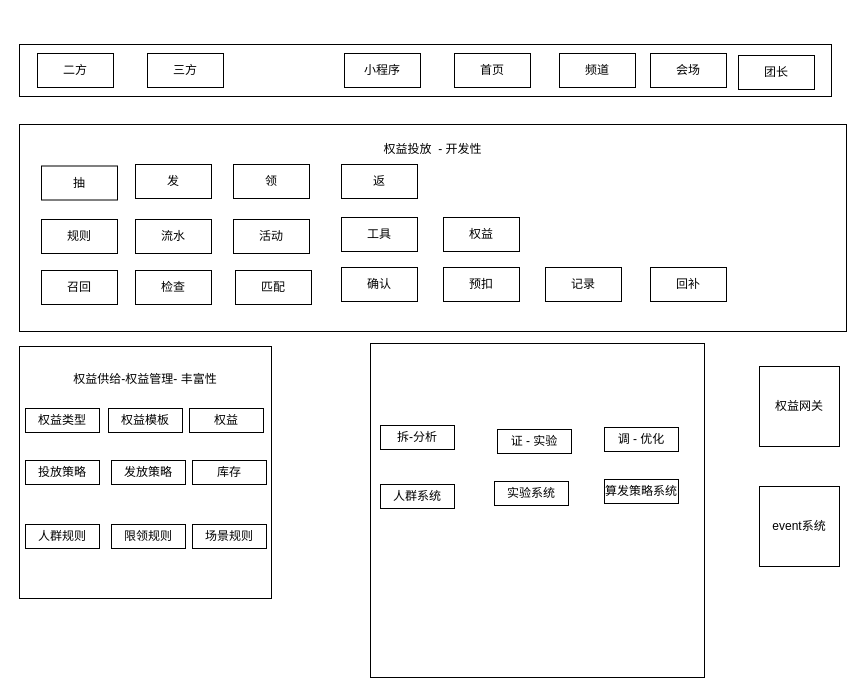
Above: study.drawio in xzl1428288773/xiaoshuai (draw.io), before the change. Source tidied: cells renumbered, new cells numbered last; positions are measured from the earlier drawing's top-left corner, leaving out a move shared by most shapes. Both pictures are drawn from the tidied source at 100%, with x=0, y=0 at pixel (19, 44).
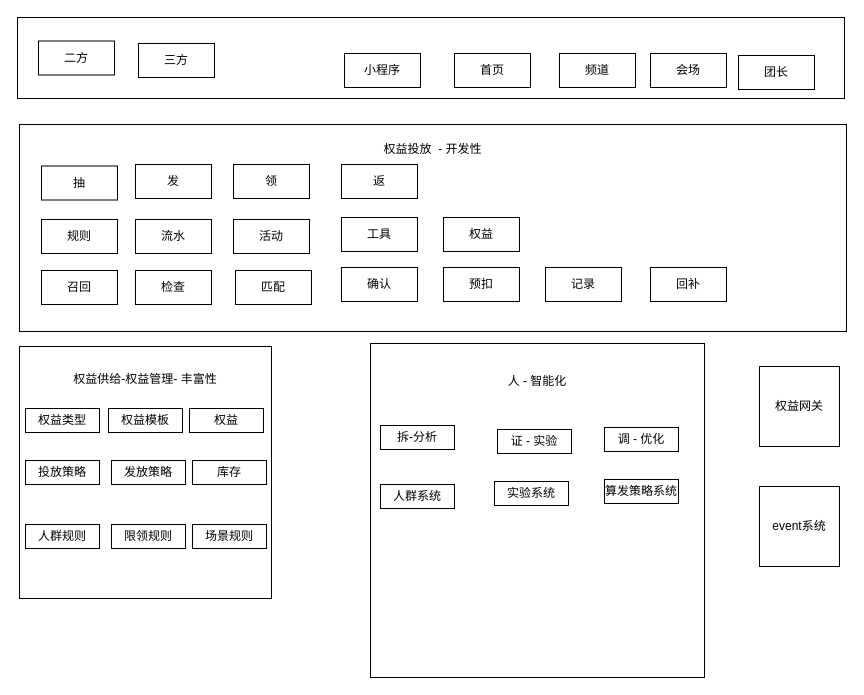
The same page after the edit.

The edit, as a diff of the source:
```diff
@@
     <mxCell id="4" style="rounded=0;whiteSpace=wrap;html=1;" parent="1" vertex="1">
-      <mxGeometry width="812" height="52" as="geometry" />
+      <mxGeometry x="-2" y="-27" width="827" height="81" as="geometry" />
     </mxCell>
@@
-    <mxCell id="14" style="whiteSpace=wrap;html=1;" parent="1" vertex="1">
+    <mxCell id="14" value="人 - 智能化&lt;br&gt;&lt;br&gt;&lt;br&gt;&lt;br&gt;&lt;br&gt;&lt;br&gt;&lt;br&gt;&lt;br&gt;&lt;br&gt;&lt;br&gt;&lt;br&gt;&lt;br&gt;&lt;br&gt;&lt;br&gt;&lt;br&gt;&lt;br&gt;&lt;br&gt;&lt;br&gt;&lt;br&gt;" style="whiteSpace=wrap;html=1;" parent="1" vertex="1">
       <mxGeometry x="351" y="299" width="334" height="334" as="geometry" />
     </mxCell>
@@
     <mxCell id="38" value="二方" style="rounded=0;whiteSpace=wrap;html=1;" parent="1" vertex="1">
-      <mxGeometry x="18" y="9" width="76" height="34" as="geometry" />
+      <mxGeometry x="19" y="-3.5" width="76" height="34" as="geometry" />
     </mxCell>
     <mxCell id="39" value="三方" style="rounded=0;whiteSpace=wrap;html=1;" parent="1" vertex="1">
-      <mxGeometry x="128" y="9" width="76" height="34" as="geometry" />
+      <mxGeometry x="119" y="-1" width="76" height="34" as="geometry" />
     </mxCell>
```
